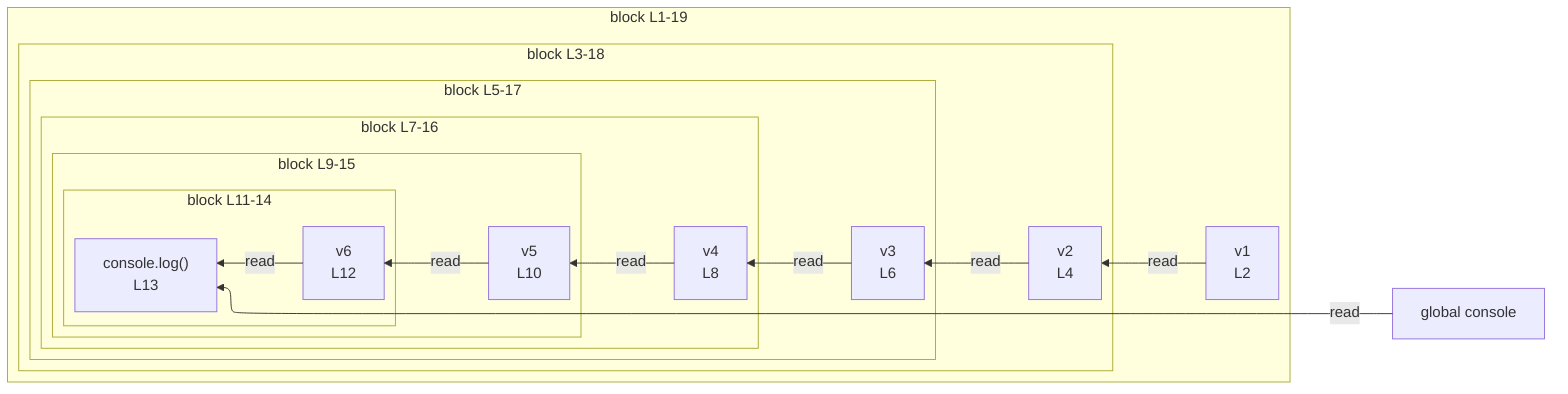
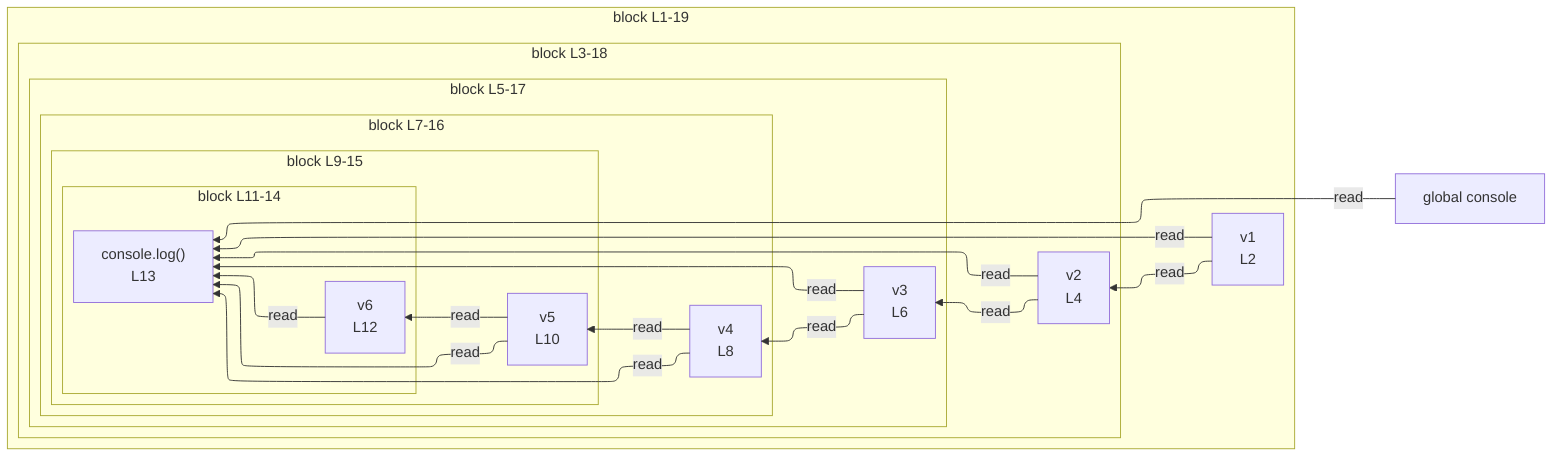
%%{init: {"flowchart": {"defaultRenderer": "elk"}}}%%
flowchart RL
  n_scope_0_console_185["global console"]
  subgraph s_scope_1["block L1-19"]
    direction RL
    n_scope_1_v1_10["v1<br/>L2"]
    subgraph s_scope_2["block L3-18"]
      direction RL
      n_scope_2_v2_32["v2<br/>L4"]
      subgraph s_scope_3["block L5-17"]
        direction RL
        n_scope_3_v3_59["v3<br/>L6"]
        subgraph s_scope_4["block L7-16"]
          direction RL
          n_scope_4_v4_90["v4<br/>L8"]
          subgraph s_scope_5["block L9-15"]
            direction RL
            n_scope_5_v5_125["v5<br/>L10"]
            subgraph s_scope_6["block L11-14"]
              direction RL
              n_scope_6_v6_164["v6<br/>L12"]
              expr_stmt_185["console.log()<br/>L13"]
            end
          end
        end
      end
    end
  end
  n_scope_1_v1_10 -->|read| n_scope_2_v2_32
  n_scope_2_v2_32 -->|read| n_scope_3_v3_59
  n_scope_3_v3_59 -->|read| n_scope_4_v4_90
  n_scope_4_v4_90 -->|read| n_scope_5_v5_125
  n_scope_5_v5_125 -->|read| n_scope_6_v6_164
  n_scope_0_console_185 -->|read| expr_stmt_185
+   n_scope_1_v1_10 -->|read| expr_stmt_185
+   n_scope_2_v2_32 -->|read| expr_stmt_185
+   n_scope_3_v3_59 -->|read| expr_stmt_185
+   n_scope_4_v4_90 -->|read| expr_stmt_185
+   n_scope_5_v5_125 -->|read| expr_stmt_185
  n_scope_6_v6_164 -->|read| expr_stmt_185
